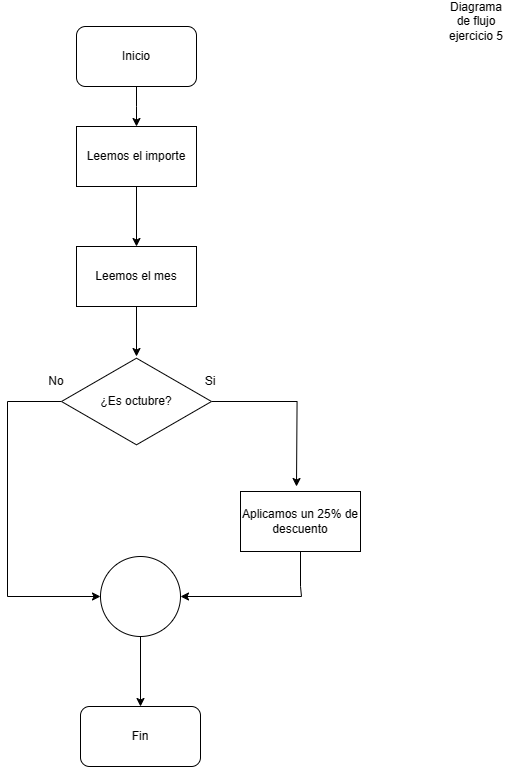
Above: Diagramas de flujo/Diagrama de flujo ejercicio 5.png in Javiert54/github (draw.io), before the change. Source tidied: cells renumbered, new cells last; positions are measured from the earlier drawing's top-left corner, leaving out a move shared by most shapes.
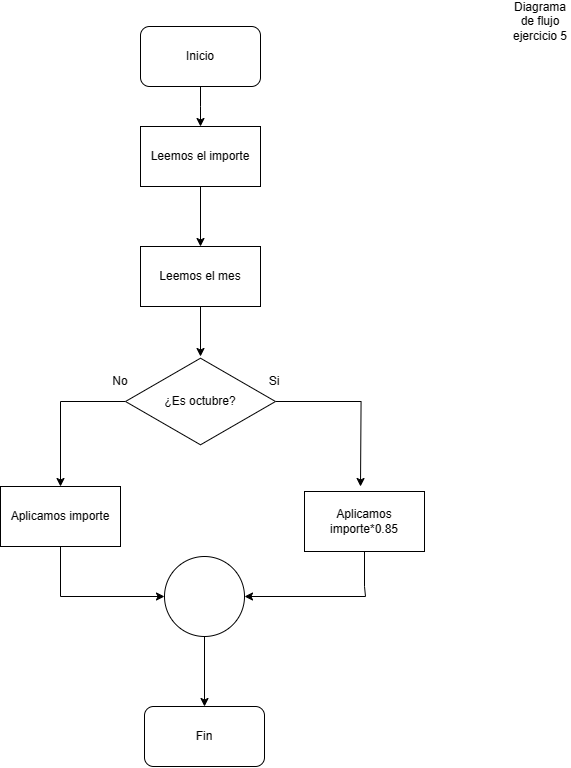
Later version of the same file.

Diff of the diagram source:
```diff
@@ -33,14 +33,9 @@
         <mxPoint x="289" y="480" as="targetPoint" />
       </mxGeometry>
     </mxCell>
-    <mxCell id="11" style="edgeStyle=orthogonalEdgeStyle;rounded=0;jettySize=auto;html=1;" parent="1" edge="1" source="12" target="18">
-      <mxGeometry relative="1" as="geometry">
-        <Array as="points">
-          <mxPoint y="395" />
-          <mxPoint y="590" />
-        </Array>
-      </mxGeometry>
-    </mxCell>
+    <mxCell id="19" style="edgeStyle=orthogonalEdgeStyle;rounded=0;jettySize=auto;html=1;entryX=0.5;entryY=0;entryDx=0;entryDy=0;" parent="1" edge="1" source="12" target="21">
+      <mxGeometry relative="1" as="geometry" />
+    </mxCell>
     <mxCell id="12" value="¿Es octubre?" style="html=1;whiteSpace=wrap;shape=isoRectangle;" parent="1" vertex="1">
       <mxGeometry x="54" y="350" width="150" height="90" as="geometry" />
     </mxCell>
@@ -59,7 +54,7 @@
         </Array>
       </mxGeometry>
     </mxCell>
-    <mxCell id="16" value="Aplicamos un 25% de descuento" style="rounded=0;whiteSpace=wrap;html=1;" parent="1" vertex="1">
+    <mxCell id="16" value="Aplicamos importe*0.85" style="rounded=0;whiteSpace=wrap;html=1;" parent="1" vertex="1">
       <mxGeometry x="233" y="485" width="120" height="60" as="geometry" />
     </mxCell>
     <mxCell id="17" style="edgeStyle=orthogonalEdgeStyle;rounded=0;jettySize=auto;html=1;entryX=0.5;entryY=0;entryDx=0;entryDy=0;" parent="1" edge="1" source="18" target="5">
@@ -68,5 +63,15 @@
     <mxCell id="18" style="ellipse;whiteSpace=wrap;html=1;" parent="1" vertex="1">
       <mxGeometry x="93" y="550" width="80" height="80" as="geometry" />
     </mxCell>
+    <mxCell id="20" style="edgeStyle=orthogonalEdgeStyle;rounded=0;jettySize=auto;html=1;entryX=0;entryY=0.5;entryDx=0;entryDy=0;" parent="1" edge="1" source="21" target="18">
+      <mxGeometry relative="1" as="geometry">
+        <Array as="points">
+          <mxPoint x="-11" y="590" />
+        </Array>
+      </mxGeometry>
+    </mxCell>
+    <mxCell id="21" value="Aplicamos importe" style="rounded=0;whiteSpace=wrap;html=1;" parent="1" vertex="1">
+      <mxGeometry x="-71" y="480" width="120" height="60" as="geometry" />
+    </mxCell>
   </root>
 </mxGraphModel>
```
